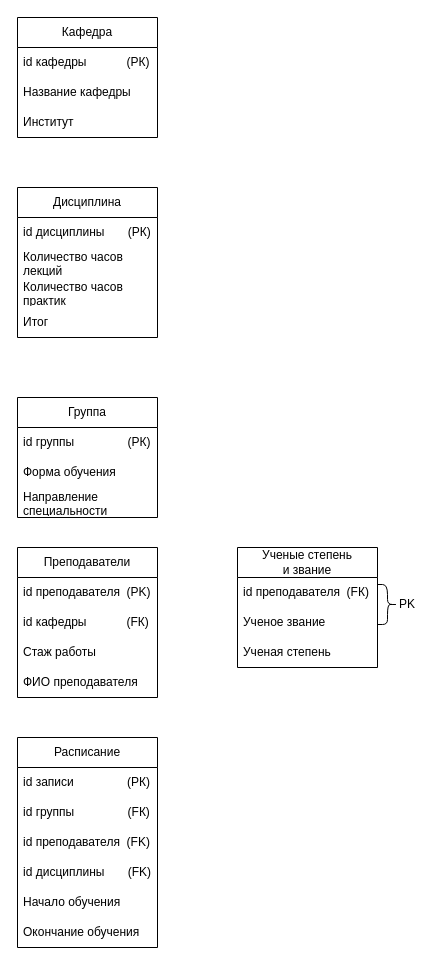
Before: page "Нормальная форма" (2 of 3) of draw_io/БД.drawio in Dimj1k/Works, a draw.io diagram. Source tidied: cells renumbered, new cells numbered last; positions are measured from the earlier drawing's top-left corner, leaving out a move shared by most shapes. Both pictures are drawn from the tidied source at 100%, with x=0, y=0 at pixel (17, 17).
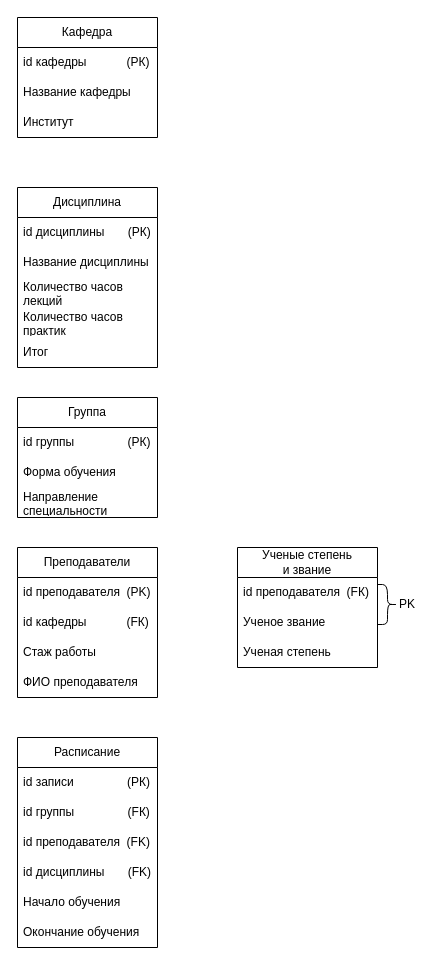
After the change.

The edit, as a diff of the source:
```diff
@@
     <mxCell id="18" value="Дисциплина" style="swimlane;fontStyle=0;horizontal=1;startSize=30;whiteSpace=wrap;html=1;" parent="1" vertex="1">
-      <mxGeometry y="170" width="140" height="150" as="geometry" />
+      <mxGeometry y="170" width="140" height="180" as="geometry" />
     </mxCell>
@@
+    <mxCell id="32" value="Название дисциплины" style="text;strokeColor=none;fillColor=none;align=left;verticalAlign=middle;spacingLeft=4;spacingRight=4;overflow=hidden;whiteSpace=wrap;html=1;" parent="18" vertex="1">
+      <mxGeometry y="60" width="140" height="30" as="geometry" />
+    </mxCell>
     <mxCell id="20" value="Количество часов лекций" style="text;strokeColor=none;fillColor=none;align=left;verticalAlign=middle;spacingLeft=4;spacingRight=4;overflow=hidden;whiteSpace=wrap;html=1;" parent="18" vertex="1">
-      <mxGeometry y="60" width="140" height="30" as="geometry" />
+      <mxGeometry y="90" width="140" height="30" as="geometry" />
     </mxCell>
     <mxCell id="21" value="Количество часов практик" style="text;strokeColor=none;fillColor=none;align=left;verticalAlign=middle;spacingLeft=4;spacingRight=4;overflow=hidden;whiteSpace=wrap;html=1;" parent="18" vertex="1">
-      <mxGeometry y="90" width="140" height="30" as="geometry" />
+      <mxGeometry y="120" width="140" height="30" as="geometry" />
     </mxCell>
     <mxCell id="22" value="Итог" style="text;strokeColor=none;fillColor=none;align=left;verticalAlign=middle;spacingLeft=4;spacingRight=4;overflow=hidden;whiteSpace=wrap;html=1;" parent="18" vertex="1">
-      <mxGeometry y="120" width="140" height="30" as="geometry" />
+      <mxGeometry y="150" width="140" height="30" as="geometry" />
     </mxCell>
```
